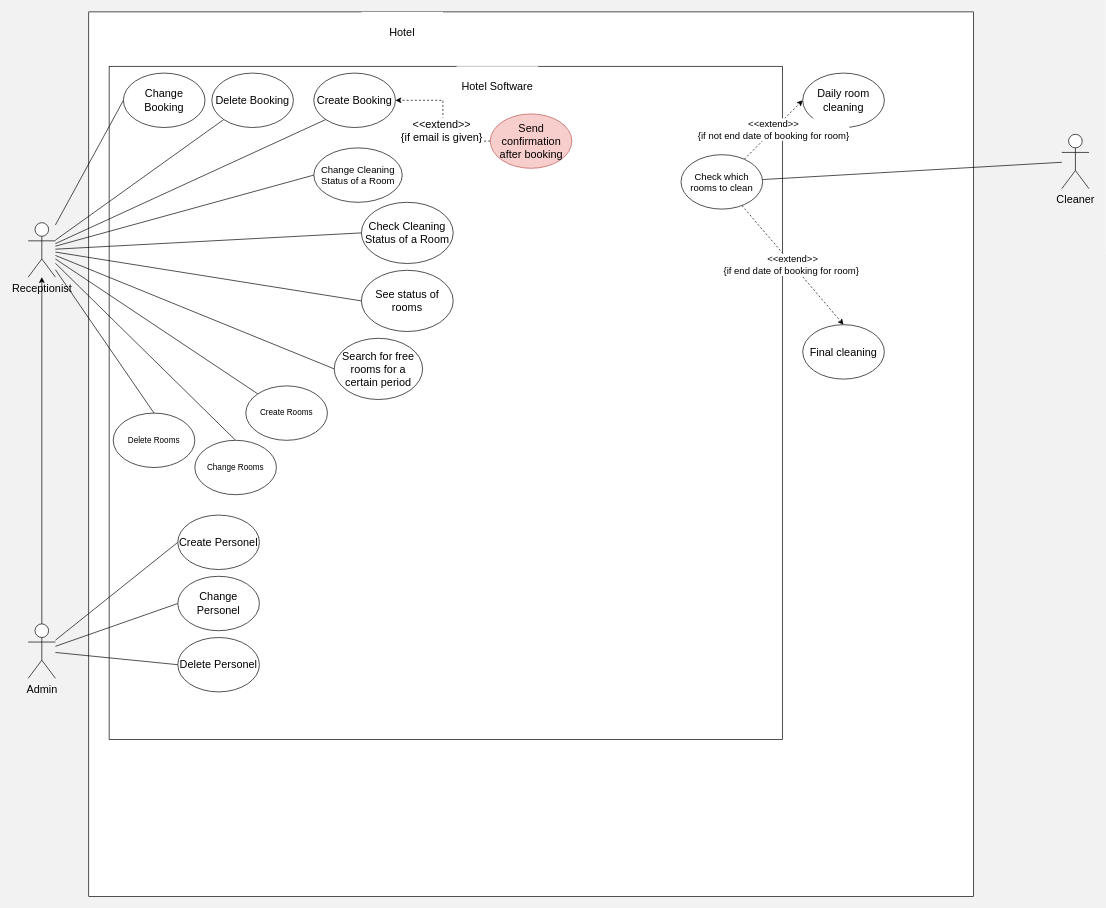
N4ims/hotel-system keeps this draw.io diagram as use_case_diagram.drawio. Above is the earlier version. Source tidied: cells renumbered, new cells numbered last; positions are measured from the earlier drawing's top-left corner, leaving out a move shared by most shapes. Both pictures are drawn from the tidied source at 68%, with x=0, y=0 at pixel (28, 12).
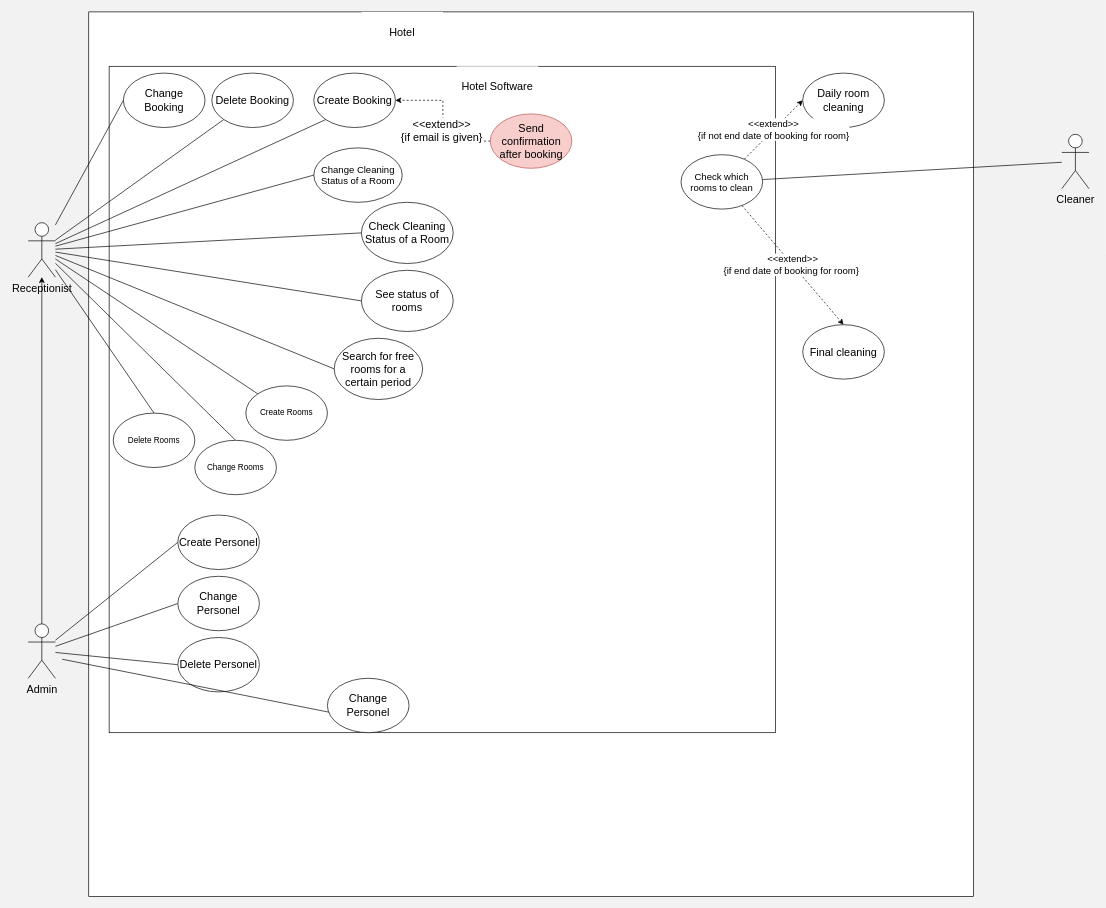
The same page after the edit.

Change to the diagram source:
```diff
@@
     <mxCell id="3" style="whiteSpace=wrap;html=1;align=center;flipV=1;flipH=1;" parent="1" vertex="1">
-      <mxGeometry x="119" y="80" width="990" height="990" as="geometry" />
+      <mxGeometry x="119" y="80" width="980" height="980" as="geometry" />
     </mxCell>
@@
+    <mxCell id="45" style="edgeStyle=none;rounded=0;jettySize=auto;html=1;entryX=0.666;entryY=0.03;entryDx=0;entryDy=0;fontSize=14;endArrow=none;endFill=0;entryPerimeter=0;" parent="1" edge="1" target="3">
+      <mxGeometry relative="1" as="geometry">
+        <mxPoint x="50" y="952" as="sourcePoint" />
+      </mxGeometry>
+    </mxCell>
+    <mxCell id="46" value="Change Personel" style="ellipse;whiteSpace=wrap;html=1;fontSize=16;" parent="1" vertex="1">
+      <mxGeometry x="440" y="980" width="120" height="80" as="geometry" />
+    </mxCell>
```
